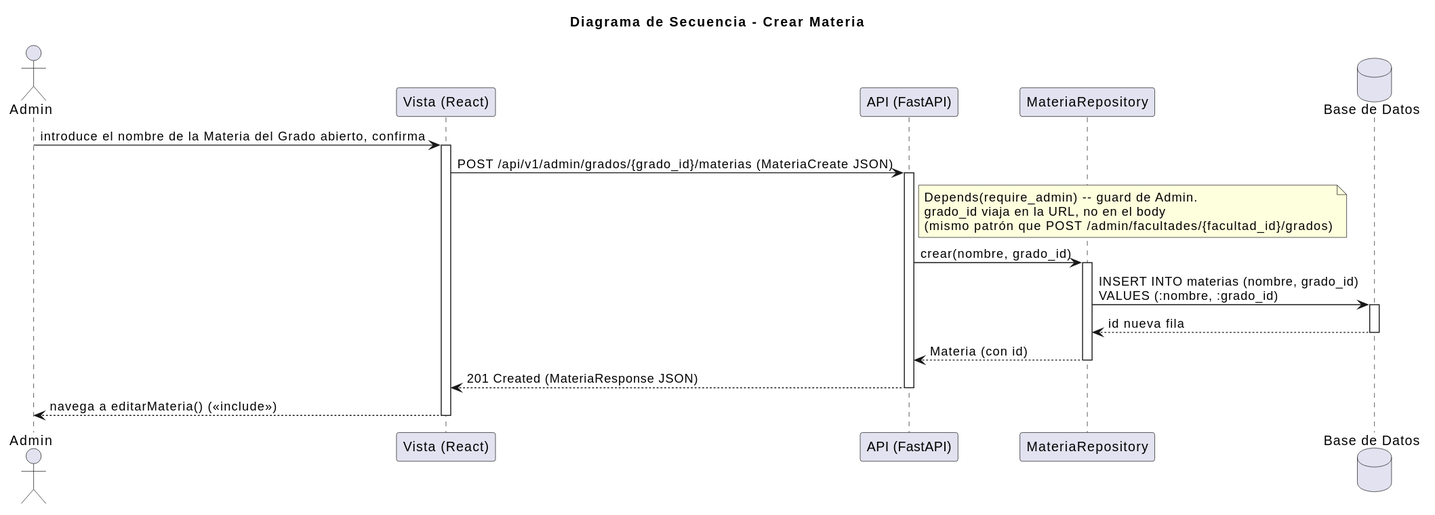
Above: images/RUP/03-diseño/casos-uso/crearMateria/secuencia.svg in mmasias/pyCeldaPublico (PlantUML), before the change.
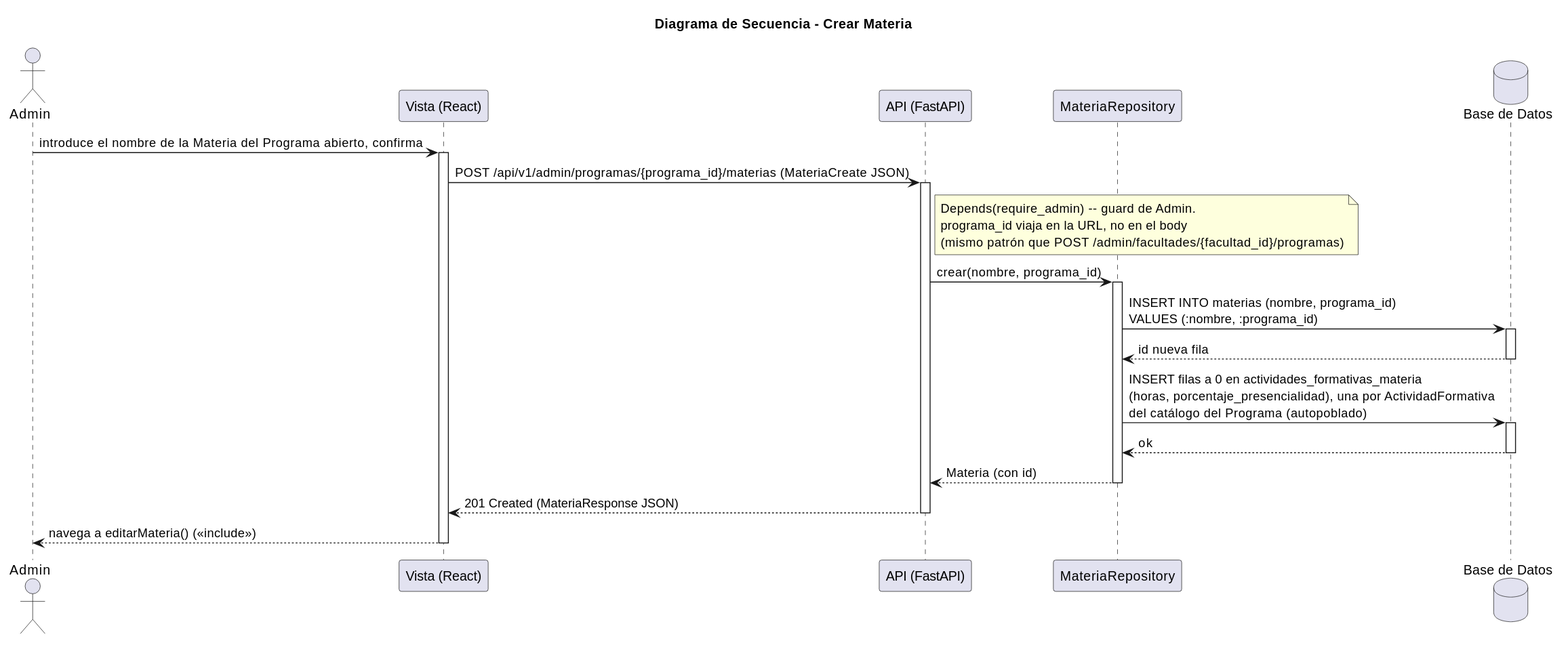
The same diagram one commit later.

What changed in the source:
```diff
@@ -7,16 +7,20 @@
 participant "MateriaRepository" as MateriaRepo
 database "Base de Datos" as DB
 
-Admin -> Vista: introduce el nombre de la Materia del Grado abierto, confirma
+Admin -> Vista: introduce el nombre de la Materia del Programa abierto, confirma
 activate Vista
-Vista -> API: POST /api/v1/admin/grados/{grado_id}/materias (MateriaCreate JSON)
+Vista -> API: POST /api/v1/admin/programas/{programa_id}/materias (MateriaCreate JSON)
 activate API
-note right of API: Depends(require_admin) -- guard de Admin.\ngrado_id viaja en la URL, no en el body\n(mismo patrón que POST /admin/facultades/{facultad_id}/grados)
-API -> MateriaRepo: crear(nombre, grado_id)
+note right of API: Depends(require_admin) -- guard de Admin.\nprograma_id viaja en la URL, no en el body\n(mismo patrón que POST /admin/facultades/{facultad_id}/programas)
+API -> MateriaRepo: crear(nombre, programa_id)
 activate MateriaRepo
-MateriaRepo -> DB: INSERT INTO materias (nombre, grado_id)\nVALUES (:nombre, :grado_id)
+MateriaRepo -> DB: INSERT INTO materias (nombre, programa_id)\nVALUES (:nombre, :programa_id)
 activate DB
 DB --> MateriaRepo: id nueva fila
+deactivate DB
+MateriaRepo -> DB: INSERT filas a 0 en actividades_formativas_materia\n(horas, porcentaje_presencialidad), una por ActividadFormativa\ndel catálogo del Programa (autopoblado)
+activate DB
+DB --> MateriaRepo: ok
 deactivate DB
 MateriaRepo --> API: Materia (con id)
 deactivate MateriaRepo
```
